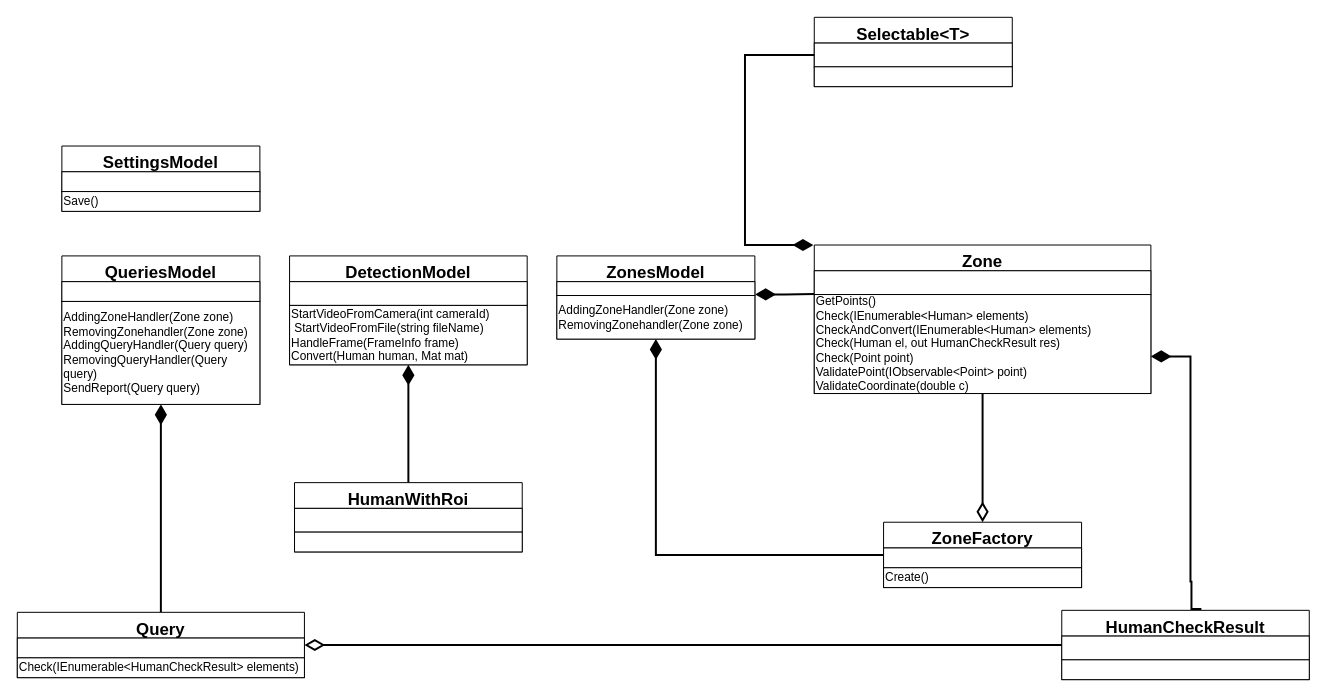
This is page "Models" (1 of 11) of Engineering/Packets-specify.drawio from GoldGreen/Skeletonization, a draw.io file, before an edit. Source tidied: cells renumbered, new cells numbered last; positions are measured from the earlier drawing's top-left corner, leaving out a move shared by most shapes. Both pictures are drawn from the tidied source at 99%, with x=0, y=0 at pixel (17, 17).
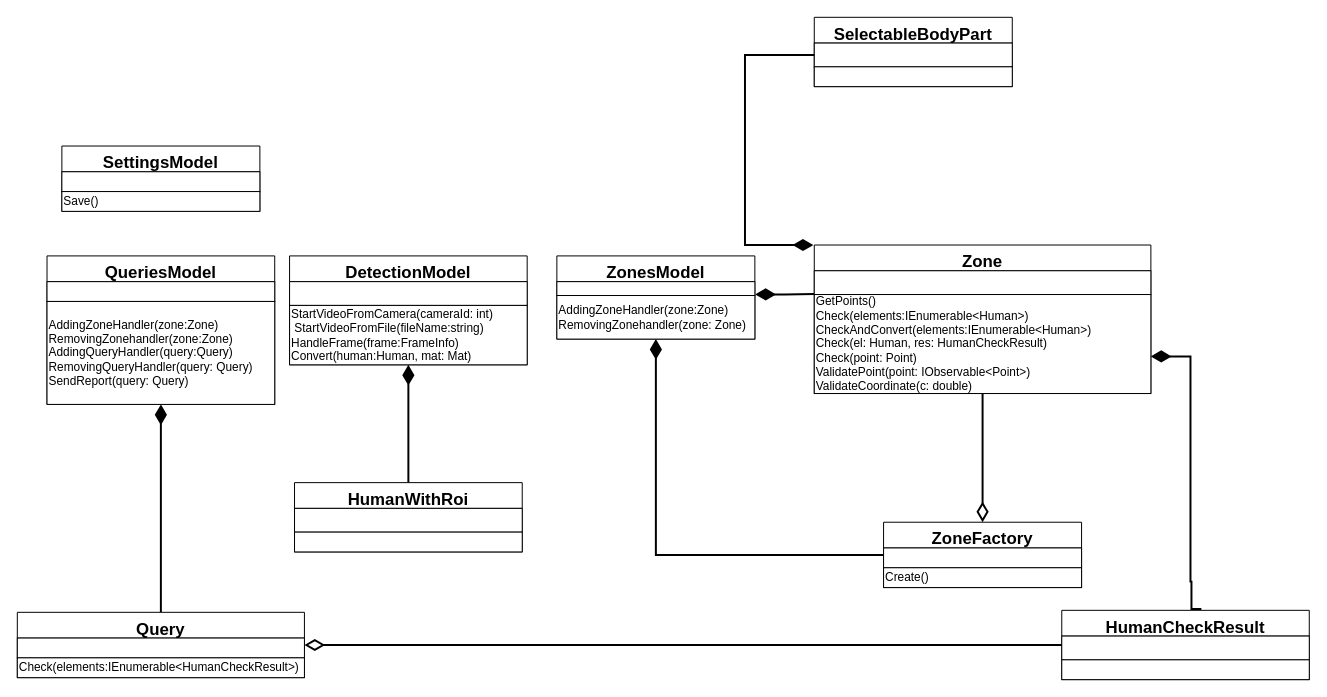
The same page after the edit.

Unchanged cells that the change refers to:
```xml
<mxCell id="5" value="ZonesModel" style="swimlane;fontStyle=1;align=center;verticalAlign=top;horizontal=1;startSize=26;fontSize=17;" parent="1" vertex="1">
  <mxGeometry x="545" y="241" width="200" height="84" as="geometry" />
</mxCell>
<mxCell id="16" value="DetectionModel" style="swimlane;fontStyle=1;align=center;verticalAlign=top;horizontal=1;startSize=26;fontSize=17;" parent="1" vertex="1">
  <mxGeometry x="275" y="241" width="240" height="110" as="geometry" />
</mxCell>
<mxCell id="19" value="Zone" style="swimlane;fontStyle=1;align=center;verticalAlign=top;horizontal=1;startSize=26;fontSize=17;" parent="1" vertex="1">
  <mxGeometry x="805" y="230" width="340" height="150" as="geometry" />
</mxCell>
<mxCell id="37" value="Query" style="swimlane;fontStyle=1;align=center;verticalAlign=top;horizontal=1;startSize=26;fontSize=17;" parent="1" vertex="1">
  <mxGeometry y="601" width="290" height="66" as="geometry" />
</mxCell>
```

What changed in the source:
```diff
@@
-    <mxCell id="7" value="AddingZoneHandler(Zone zone)&lt;br&gt;RemovingZonehandler(Zone zone)" style="rounded=0;whiteSpace=wrap;html=1;fontFamily=Helvetica;fontSize=12;fontColor=default;startSize=26;strokeColor=default;fillColor=default;align=left;" parent="5" vertex="1">
+    <mxCell id="7" value="AddingZoneHandler(zone:Zone)&lt;br&gt;RemovingZonehandler(zone: Zone)" style="rounded=0;whiteSpace=wrap;html=1;fontFamily=Helvetica;fontSize=12;fontColor=default;startSize=26;strokeColor=default;fillColor=default;align=left;" parent="5" vertex="1">
       <mxGeometry y="40" width="200" height="44" as="geometry" />
     </mxCell>
@@
-    <mxCell id="18" value="StartVideoFromCamera(int cameraId)&lt;br&gt;&amp;nbsp;StartVideoFromFile(string fileName)&lt;br&gt;HandleFrame(FrameInfo frame)&lt;br&gt;Convert(Human human, Mat mat)" style="rounded=0;whiteSpace=wrap;html=1;fontFamily=Helvetica;fontSize=12;fontColor=default;startSize=26;strokeColor=default;fillColor=default;align=left;" parent="16" vertex="1">
+    <mxCell id="18" value="StartVideoFromCamera(cameraId: int)&lt;br&gt;&amp;nbsp;StartVideoFromFile(fileName:string)&lt;br&gt;HandleFrame(frame:FrameInfo)&lt;br&gt;Convert(human:Human, mat:&amp;nbsp;Mat)" style="rounded=0;whiteSpace=wrap;html=1;fontFamily=Helvetica;fontSize=12;fontColor=default;startSize=26;strokeColor=default;fillColor=default;align=left;" parent="16" vertex="1">
       <mxGeometry y="50" width="240" height="60" as="geometry" />
     </mxCell>
@@
-    <mxCell id="21" value="GetPoints()&lt;br&gt;Check(IEnumerable&amp;lt;Human&amp;gt; elements)&lt;br&gt;CheckAndConvert(IEnumerable&amp;lt;Human&amp;gt; elements)&lt;br&gt;Check(Human el, out HumanCheckResult res)&lt;br&gt;Check(Point point)&lt;br&gt;ValidatePoint(IObservable&amp;lt;Point&amp;gt; point)&lt;br&gt;ValidateCoordinate(double c)" style="rounded=0;whiteSpace=wrap;html=1;fontFamily=Helvetica;fontSize=12;fontColor=default;startSize=26;strokeColor=default;fillColor=default;align=left;" parent="19" vertex="1">
+    <mxCell id="21" value="GetPoints()&lt;br&gt;Check(elements:IEnumerable&amp;lt;Human&amp;gt;)&lt;br&gt;CheckAndConvert(elements:IEnumerable&amp;lt;Human&amp;gt;)&lt;br&gt;Check(el: Human, res: HumanCheckResult)&lt;br&gt;Check(point: Point)&lt;br&gt;ValidatePoint(point: IObservable&amp;lt;Point&amp;gt;)&lt;br&gt;ValidateCoordinate(c: double)" style="rounded=0;whiteSpace=wrap;html=1;fontFamily=Helvetica;fontSize=12;fontColor=default;startSize=26;strokeColor=default;fillColor=default;align=left;" parent="19" vertex="1">
       <mxGeometry y="50" width="340" height="100" as="geometry" />
     </mxCell>
@@
     <mxCell id="24" value="QueriesModel" style="swimlane;fontStyle=1;align=center;verticalAlign=top;horizontal=1;startSize=26;fontSize=17;" parent="1" vertex="1">
-      <mxGeometry x="45" y="241" width="200" height="150" as="geometry" />
+      <mxGeometry x="30" y="241" width="230" height="150" as="geometry" />
     </mxCell>
     <mxCell id="25" style="rounded=0;whiteSpace=wrap;html=1;fontFamily=Helvetica;fontSize=12;fontColor=default;startSize=26;strokeColor=default;fillColor=default;align=left;" parent="24" vertex="1">
-      <mxGeometry y="26" width="200" height="20" as="geometry" />
+      <mxGeometry y="26" width="230" height="20" as="geometry" />
     </mxCell>
-    <mxCell id="26" value="&lt;span&gt;AddingZoneHandler(Zone zone)&lt;/span&gt;&lt;br&gt;&lt;span&gt;RemovingZonehandler(Zone zone)&lt;br&gt;&lt;/span&gt;&lt;span&gt;AddingQueryHandler(Query query)&lt;/span&gt;&lt;br&gt;&lt;span&gt;RemovingQueryHandler(Query query)&lt;/span&gt;&lt;br&gt;&lt;span&gt;SendReport(Query query)&lt;/span&gt;" style="rounded=0;whiteSpace=wrap;html=1;fontFamily=Helvetica;fontSize=12;fontColor=default;startSize=26;strokeColor=default;fillColor=default;align=left;" parent="24" vertex="1">
-      <mxGeometry y="46" width="200" height="104" as="geometry" />
+    <mxCell id="26" value="&lt;span&gt;AddingZoneHandler(&lt;/span&gt;zone:&lt;span&gt;Zone)&lt;/span&gt;&lt;br&gt;&lt;span&gt;RemovingZonehandler(zone:Zone)&lt;br&gt;&lt;/span&gt;&lt;span&gt;AddingQueryHandler(query:Query)&lt;/span&gt;&lt;br&gt;&lt;span&gt;RemovingQueryHandler(query: Query)&lt;/span&gt;&lt;br&gt;&lt;span&gt;SendReport(query: Query)&lt;/span&gt;" style="rounded=0;whiteSpace=wrap;html=1;fontFamily=Helvetica;fontSize=12;fontColor=default;startSize=26;strokeColor=default;fillColor=default;align=left;" parent="24" vertex="1">
+      <mxGeometry y="46" width="230" height="104" as="geometry" />
     </mxCell>
@@
-    <mxCell id="33" value="Selectable&lt;T&gt;" style="swimlane;fontStyle=1;align=center;verticalAlign=top;horizontal=1;startSize=26;fontSize=17;" parent="1" vertex="1">
+    <mxCell id="33" value="SelectableBodyPart" style="swimlane;fontStyle=1;align=center;verticalAlign=top;horizontal=1;startSize=26;fontSize=17;" parent="1" vertex="1">
       <mxGeometry x="805" width="200" height="70" as="geometry" />
     </mxCell>
@@
-    <mxCell id="39" value="&lt;span&gt;Check(IEnumerable&amp;lt;&lt;/span&gt;&lt;span style=&quot;text-align: center&quot;&gt;HumanCheckResult&lt;/span&gt;&lt;span&gt;&amp;gt; elements)&lt;/span&gt;" style="rounded=0;whiteSpace=wrap;html=1;fontFamily=Helvetica;fontSize=12;fontColor=default;startSize=26;strokeColor=default;fillColor=default;align=left;" parent="37" vertex="1">
+    <mxCell id="39" value="&lt;span&gt;Check(&lt;/span&gt;elements:&lt;span&gt;IEnumerable&amp;lt;&lt;/span&gt;&lt;span style=&quot;text-align: center&quot;&gt;HumanCheckResult&lt;/span&gt;&lt;span&gt;&amp;gt;)&lt;/span&gt;" style="rounded=0;whiteSpace=wrap;html=1;fontFamily=Helvetica;fontSize=12;fontColor=default;startSize=26;strokeColor=default;fillColor=default;align=left;" parent="37" vertex="1">
       <mxGeometry y="46" width="290" height="20" as="geometry" />
     </mxCell>
```
